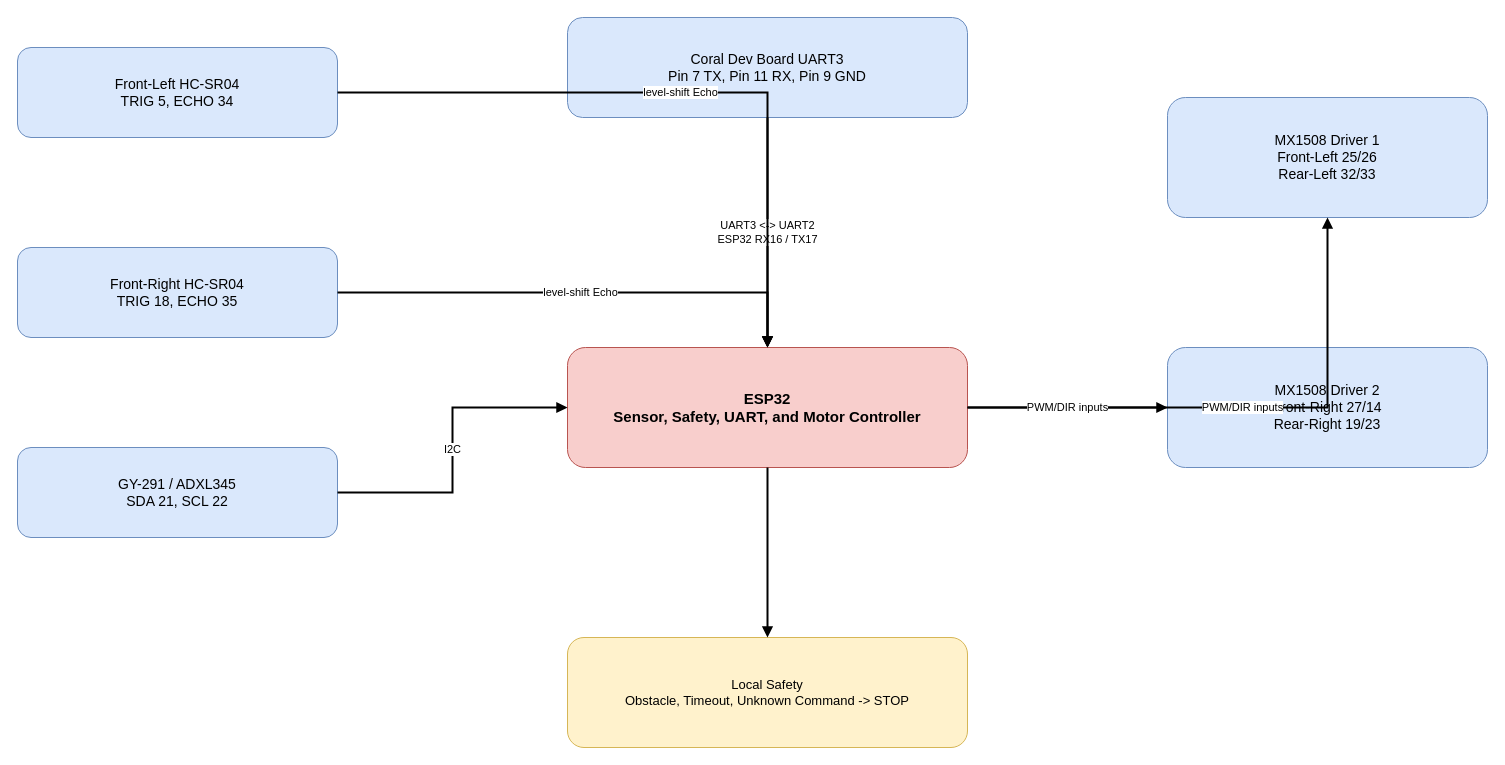
Earlier version of the draw.io diagram drawio/chapter_3/figure_3_8_finalized_esp32_sensor_and_motor_wiring.drawio (amfarhnn/VLM-Based-Robot-Navigation). Source tidied: cells renumbered, new cells numbered last; positions are measured from the earlier drawing's top-left corner, leaving out a move shared by most shapes. Both pictures are drawn from the tidied source at 100%, with x=0, y=0 at pixel (17, 17).
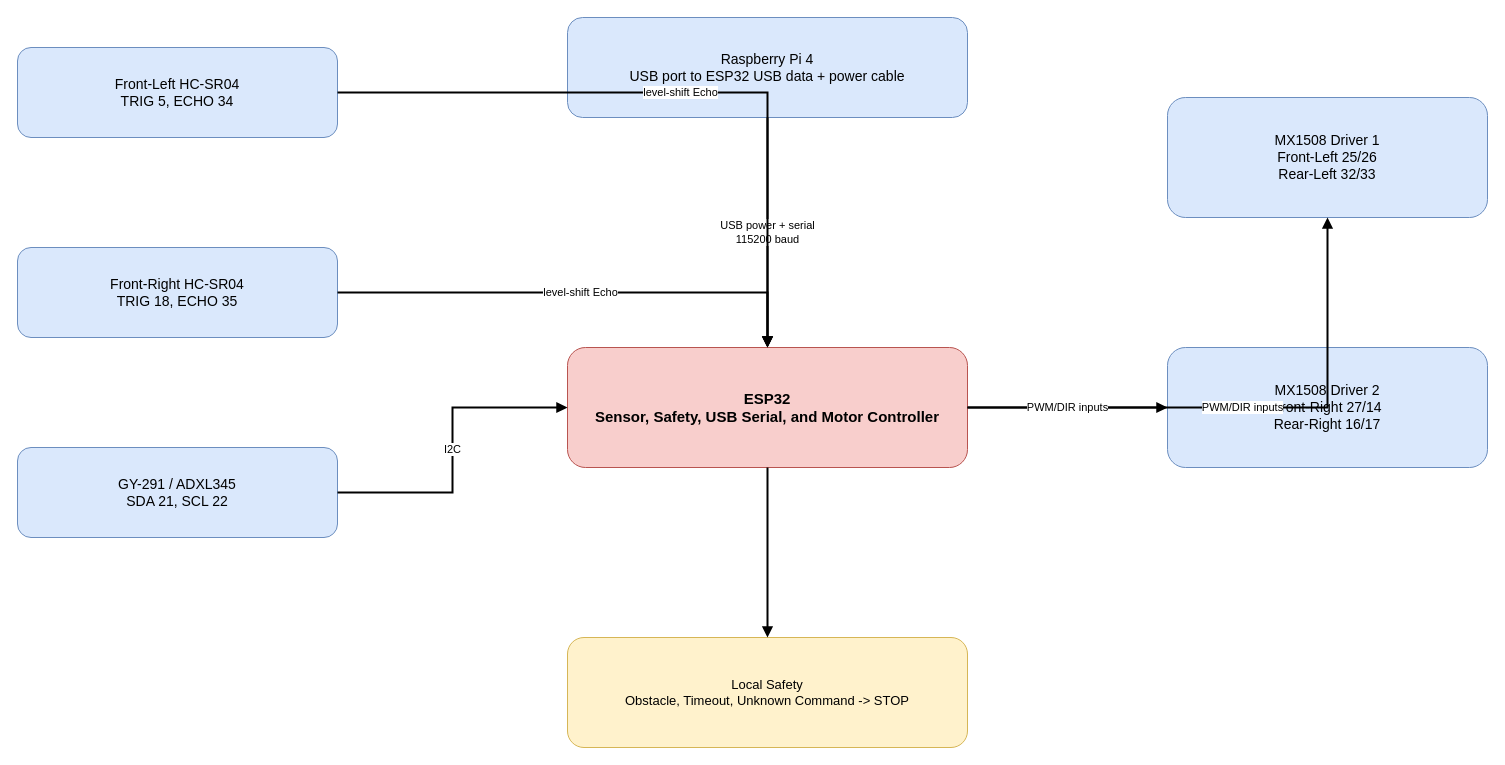
After the change.

The edit, as a diff of the source:
```diff
@@
 <mxGraphModel>
   <root>
     <mxCell id="0" />
     <mxCell id="1" parent="0" />
-    <mxCell id="2" value="Coral Dev Board UART3&#10;Pin 7 TX, Pin 11 RX, Pin 9 GND" style="rounded=1;whiteSpace=wrap;html=1;fillColor=#dae8fc;strokeColor=#6c8ebf;fontSize=14;" parent="1" vertex="1">
+    <mxCell id="2" value="Raspberry Pi 4&#10;USB port to ESP32 USB data + power cable" style="rounded=1;whiteSpace=wrap;html=1;fillColor=#dae8fc;strokeColor=#6c8ebf;fontSize=14;" parent="1" vertex="1">
       <mxGeometry x="550" width="400" height="100" as="geometry" />
     </mxCell>
-    <mxCell id="3" value="ESP32&#10;Sensor, Safety, UART, and Motor Controller" style="rounded=1;whiteSpace=wrap;html=1;fillColor=#f8cecc;strokeColor=#b85450;fontStyle=1;fontSize=15;" parent="1" vertex="1">
+    <mxCell id="3" value="ESP32&#10;Sensor, Safety, USB Serial, and Motor Controller" style="rounded=1;whiteSpace=wrap;html=1;fillColor=#f8cecc;strokeColor=#b85450;fontStyle=1;fontSize=15;" parent="1" vertex="1">
       <mxGeometry x="550" y="330" width="400" height="120" as="geometry" />
     </mxCell>
     <mxCell id="4" value="Front-Left HC-SR04&#10;TRIG 5, ECHO 34" style="rounded=1;whiteSpace=wrap;html=1;fillColor=#dae8fc;strokeColor=#6c8ebf;fontSize=14;" parent="1" vertex="1">
       <mxGeometry y="30" width="320" height="90" as="geometry" />
     </mxCell>
     <mxCell id="5" value="Front-Right HC-SR04&#10;TRIG 18, ECHO 35" style="rounded=1;whiteSpace=wrap;html=1;fillColor=#dae8fc;strokeColor=#6c8ebf;fontSize=14;" parent="1" vertex="1">
       <mxGeometry y="230" width="320" height="90" as="geometry" />
     </mxCell>
     <mxCell id="6" value="GY-291 / ADXL345&#10;SDA 21, SCL 22" style="rounded=1;whiteSpace=wrap;html=1;fillColor=#dae8fc;strokeColor=#6c8ebf;fontSize=14;" parent="1" vertex="1">
       <mxGeometry y="430" width="320" height="90" as="geometry" />
     </mxCell>
     <mxCell id="7" value="MX1508 Driver 1&#10;Front-Left 25/26&#10;Rear-Left 32/33" style="rounded=1;whiteSpace=wrap;html=1;fillColor=#dae8fc;strokeColor=#6c8ebf;fontSize=14;" parent="1" vertex="1">
       <mxGeometry x="1150" y="80" width="320" height="120" as="geometry" />
     </mxCell>
-    <mxCell id="8" value="MX1508 Driver 2&#10;Front-Right 27/14&#10;Rear-Right 19/23" style="rounded=1;whiteSpace=wrap;html=1;fillColor=#dae8fc;strokeColor=#6c8ebf;fontSize=14;" parent="1" vertex="1">
+    <mxCell id="8" value="MX1508 Driver 2&#10;Front-Right 27/14&#10;Rear-Right 16/17" style="rounded=1;whiteSpace=wrap;html=1;fillColor=#dae8fc;strokeColor=#6c8ebf;fontSize=14;" parent="1" vertex="1">
       <mxGeometry x="1150" y="330" width="320" height="120" as="geometry" />
     </mxCell>
     <mxCell id="9" value="Local Safety&#10;Obstacle, Timeout, Unknown Command -&gt; STOP" style="rounded=1;whiteSpace=wrap;html=1;fillColor=#fff2cc;strokeColor=#d6b656;fontSize=13;" parent="1" vertex="1">
       <mxGeometry x="550" y="620" width="400" height="110" as="geometry" />
     </mxCell>
-    <mxCell id="10" value="UART3 &lt;-&gt; UART2&#10;ESP32 RX16 / TX17" style="edgeStyle=orthogonalEdgeStyle;rounded=0;jettySize=auto;html=1;endArrow=block;endFill=1;strokeWidth=2;" parent="1" edge="1" source="2" target="3">
+    <mxCell id="10" value="USB power + serial&#10;115200 baud" style="edgeStyle=orthogonalEdgeStyle;rounded=0;jettySize=auto;html=1;endArrow=block;endFill=1;strokeWidth=2;" parent="1" edge="1" source="2" target="3">
       <mxGeometry relative="1" as="geometry" />
     </mxCell>
     <mxCell id="11" value="level-shift Echo" style="edgeStyle=orthogonalEdgeStyle;rounded=0;jettySize=auto;html=1;endArrow=block;endFill=1;strokeWidth=2;" parent="1" edge="1" source="4" target="3">
       <mxGeometry relative="1" as="geometry" />
     </mxCell>
     <mxCell id="12" value="level-shift Echo" style="edgeStyle=orthogonalEdgeStyle;rounded=0;jettySize=auto;html=1;endArrow=block;endFill=1;strokeWidth=2;" parent="1" edge="1" source="5" target="3">
       <mxGeometry relative="1" as="geometry" />
     </mxCell>
     <mxCell id="13" value="I2C" style="edgeStyle=orthogonalEdgeStyle;rounded=0;jettySize=auto;html=1;endArrow=block;endFill=1;strokeWidth=2;" parent="1" edge="1" source="6" target="3">
       <mxGeometry relative="1" as="geometry" />
     </mxCell>
     <mxCell id="14" value="PWM/DIR inputs" style="edgeStyle=orthogonalEdgeStyle;rounded=0;jettySize=auto;html=1;endArrow=block;endFill=1;strokeWidth=2;" parent="1" edge="1" source="3" target="7">
       <mxGeometry relative="1" as="geometry" />
     </mxCell>
     <mxCell id="15" value="PWM/DIR inputs" style="edgeStyle=orthogonalEdgeStyle;rounded=0;jettySize=auto;html=1;endArrow=block;endFill=1;strokeWidth=2;" parent="1" edge="1" source="3" target="8">
       <mxGeometry relative="1" as="geometry" />
     </mxCell>
     <mxCell id="16" style="edgeStyle=orthogonalEdgeStyle;rounded=0;jettySize=auto;html=1;endArrow=block;endFill=1;strokeWidth=2;" parent="1" edge="1" source="3" target="9">
       <mxGeometry relative="1" as="geometry" />
     </mxCell>
   </root>
 </mxGraphModel>
```
